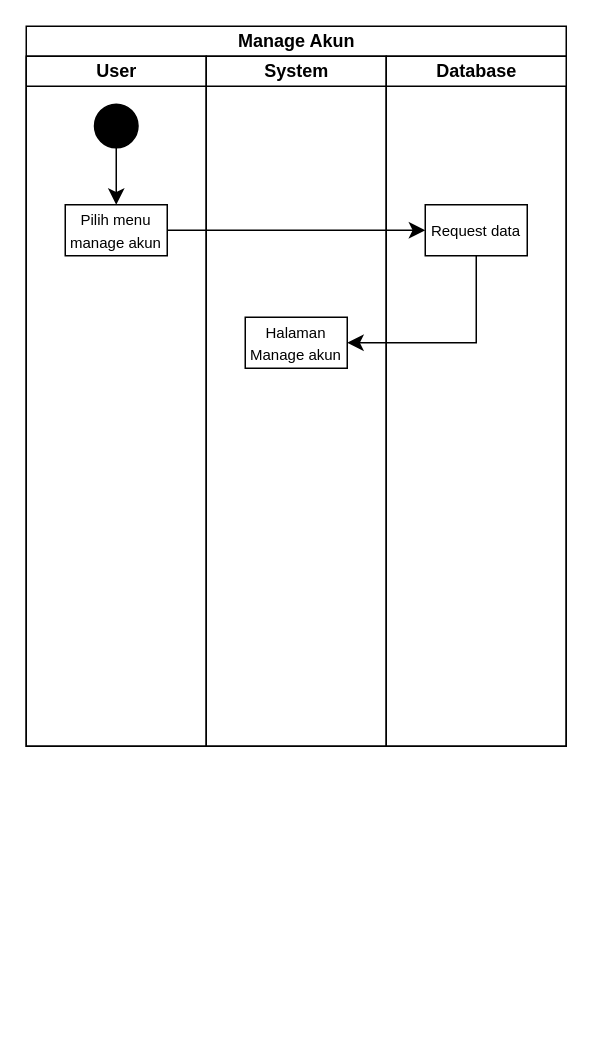
The draw.io diagram page "Manage Akun" (11 of 11) of activity diagram gis.drawio in AmirRazer/DrawIoErd, before the edit. Source tidied: cells renumbered, new cells numbered last; positions are measured from the earlier drawing's top-left corner, leaving out a move shared by most shapes. Both pictures are drawn from the tidied source at 150%, with x=0, y=0 at pixel (26, 26).
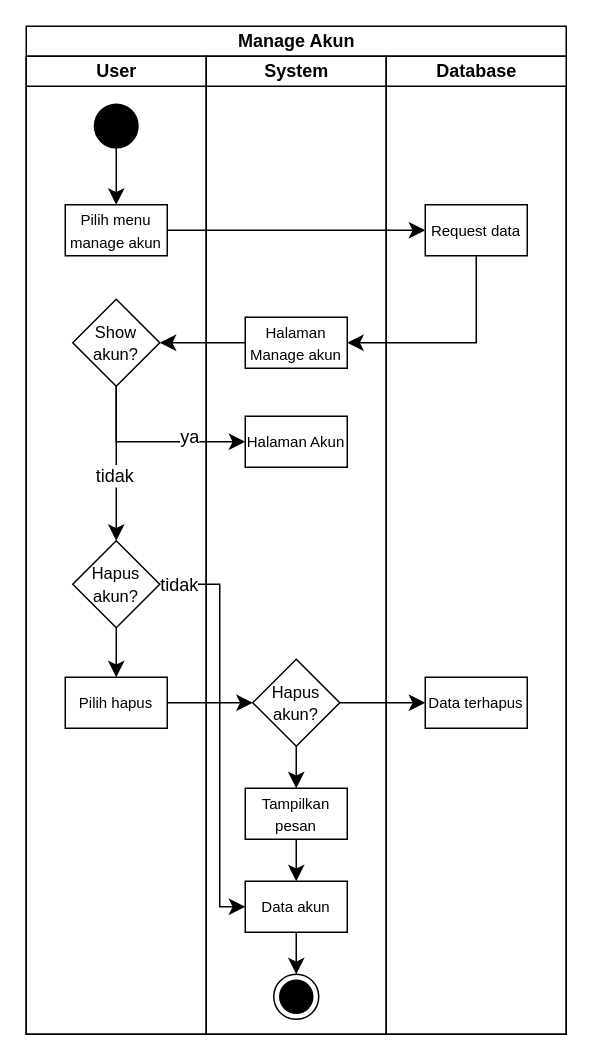
After the change.

Unchanged cells that the change refers to:
```xml
<mxCell id="8" value="&lt;font style=&quot;font-size: 10px;&quot;&gt;Halaman Manage akun&lt;/font&gt;" style="rounded=0;whiteSpace=wrap;html=1;" parent="7" vertex="1">
  <mxGeometry x="26" y="174" width="68" height="34" as="geometry" />
</mxCell>
```

Diff of the diagram source:
```diff
@@
     <mxCell id="2" value="Manage Akun" style="swimlane;startSize=20;html=1;" parent="1" vertex="1">
-      <mxGeometry width="360" height="480" as="geometry" />
+      <mxGeometry width="360" height="672" as="geometry" />
     </mxCell>
     <mxCell id="3" value="User" style="swimlane;startSize=20;html=1;" parent="2" vertex="1">
-      <mxGeometry y="20" width="120" height="460" as="geometry" />
+      <mxGeometry y="20" width="120" height="652" as="geometry" />
     </mxCell>
@@
+    <mxCell id="13" style="edgeStyle=none;curved=1;rounded=0;jettySize=auto;html=1;entryX=0.5;entryY=0;entryDx=0;entryDy=0;fontSize=12;startSize=8;endSize=8;" parent="3" edge="1" source="15" target="17">
+      <mxGeometry relative="1" as="geometry" />
+    </mxCell>
+    <mxCell id="14" value="tidak" style="edgeLabel;html=1;align=center;verticalAlign=middle;fontSize=12;" parent="13" vertex="1">
+      <mxGeometry x="0.15" y="-2" relative="1" as="geometry" />
+    </mxCell>
+    <mxCell id="15" value="&lt;font style=&quot;font-size: 11px;&quot;&gt;Show akun?&lt;/font&gt;" style="rhombus;whiteSpace=wrap;html=1;" parent="3" vertex="1">
+      <mxGeometry x="31" y="162" width="58" height="58" as="geometry" />
+    </mxCell>
+    <mxCell id="16" style="edgeStyle=none;curved=1;rounded=0;jettySize=auto;html=1;entryX=0.5;entryY=0;entryDx=0;entryDy=0;fontSize=12;startSize=8;endSize=8;" parent="3" edge="1" source="17" target="18">
+      <mxGeometry relative="1" as="geometry" />
+    </mxCell>
+    <mxCell id="17" value="&lt;font style=&quot;font-size: 11px;&quot;&gt;Hapus akun?&lt;/font&gt;" style="rhombus;whiteSpace=wrap;html=1;" parent="3" vertex="1">
+      <mxGeometry x="31" y="323" width="58" height="58" as="geometry" />
+    </mxCell>
+    <mxCell id="18" value="&lt;font style=&quot;font-size: 10px;&quot;&gt;Pilih hapus&lt;/font&gt;" style="rounded=0;whiteSpace=wrap;html=1;" parent="3" vertex="1">
+      <mxGeometry x="26" y="414" width="68" height="34" as="geometry" />
+    </mxCell>
     <mxCell id="7" value="System" style="swimlane;startSize=20;html=1;" parent="2" vertex="1">
-      <mxGeometry x="120" y="20" width="120" height="460" as="geometry" />
+      <mxGeometry x="120" y="20" width="120" height="652" as="geometry" />
     </mxCell>
@@
+    <mxCell id="19" value="&lt;font style=&quot;font-size: 10px;&quot;&gt;Halaman Akun&lt;/font&gt;" style="rounded=0;whiteSpace=wrap;html=1;" parent="7" vertex="1">
+      <mxGeometry x="26" y="240" width="68" height="34" as="geometry" />
+    </mxCell>
+    <mxCell id="20" style="edgeStyle=none;curved=1;rounded=0;jettySize=auto;html=1;entryX=0.5;entryY=0;entryDx=0;entryDy=0;fontSize=12;startSize=8;endSize=8;" parent="7" edge="1" source="21" target="22">
+      <mxGeometry relative="1" as="geometry" />
+    </mxCell>
+    <mxCell id="21" value="&lt;font style=&quot;font-size: 11px;&quot;&gt;Hapus akun?&lt;/font&gt;" style="rhombus;whiteSpace=wrap;html=1;" parent="7" vertex="1">
+      <mxGeometry x="31" y="402" width="58" height="58" as="geometry" />
+    </mxCell>
+    <mxCell id="22" value="&lt;font style=&quot;font-size: 10px;&quot;&gt;Tampilkan pesan&lt;/font&gt;" style="rounded=0;whiteSpace=wrap;html=1;" parent="7" vertex="1">
+      <mxGeometry x="26" y="488" width="68" height="34" as="geometry" />
+    </mxCell>
+    <mxCell id="23" value="&lt;font style=&quot;font-size: 10px;&quot;&gt;Data akun&lt;/font&gt;" style="rounded=0;whiteSpace=wrap;html=1;" parent="7" vertex="1">
+      <mxGeometry x="26" y="550" width="68" height="34" as="geometry" />
+    </mxCell>
+    <mxCell id="24" style="edgeStyle=none;curved=1;rounded=0;jettySize=auto;html=1;entryX=0.5;entryY=0;entryDx=0;entryDy=0;fontSize=12;startSize=8;endSize=8;" parent="7" edge="1" source="22" target="23">
+      <mxGeometry relative="1" as="geometry" />
+    </mxCell>
+    <mxCell id="25" style="ellipse;html=1;shape=endState;fillColor=#000000;strokeColor=#000000;" parent="7" vertex="1">
+      <mxGeometry x="45" y="612" width="30" height="30" as="geometry" />
+    </mxCell>
+    <mxCell id="26" style="edgeStyle=none;curved=1;rounded=0;jettySize=auto;html=1;entryX=0.5;entryY=0;entryDx=0;entryDy=0;fontSize=12;startSize=8;endSize=8;" parent="7" edge="1" source="23" target="25">
+      <mxGeometry relative="1" as="geometry" />
+    </mxCell>
     <mxCell id="9" value="Database" style="swimlane;startSize=20;html=1;" parent="2" vertex="1">
-      <mxGeometry x="240" y="20" width="120" height="460" as="geometry" />
+      <mxGeometry x="240" y="20" width="120" height="652" as="geometry" />
     </mxCell>
@@
+    <mxCell id="27" value="&lt;font style=&quot;font-size: 10px;&quot;&gt;Data terhapus&lt;/font&gt;" style="rounded=0;whiteSpace=wrap;html=1;" parent="9" vertex="1">
+      <mxGeometry x="26" y="414" width="68" height="34" as="geometry" />
+    </mxCell>
@@
+    <mxCell id="28" style="edgeStyle=none;curved=1;rounded=0;jettySize=auto;html=1;entryX=1;entryY=0.5;entryDx=0;entryDy=0;fontSize=12;startSize=8;endSize=8;" parent="2" edge="1" source="8" target="15">
+      <mxGeometry relative="1" as="geometry" />
+    </mxCell>
+    <mxCell id="29" style="edgeStyle=none;curved=0;rounded=0;jettySize=auto;html=1;entryX=0;entryY=0.5;entryDx=0;entryDy=0;fontSize=12;startSize=8;endSize=8;" parent="2" edge="1" source="15" target="19">
+      <mxGeometry relative="1" as="geometry">
+        <Array as="points">
+          <mxPoint x="60" y="277" />
+        </Array>
+      </mxGeometry>
+    </mxCell>
+    <mxCell id="30" value="ya" style="edgeLabel;html=1;align=center;verticalAlign=middle;fontSize=12;" parent="29" vertex="1">
+      <mxGeometry x="0.39" y="4" relative="1" as="geometry" />
+    </mxCell>
+    <mxCell id="31" style="edgeStyle=none;curved=1;rounded=0;jettySize=auto;html=1;fontSize=12;startSize=8;endSize=8;" parent="2" edge="1" source="18" target="21">
+      <mxGeometry relative="1" as="geometry" />
+    </mxCell>
+    <mxCell id="32" style="edgeStyle=none;curved=1;rounded=0;jettySize=auto;html=1;fontSize=12;startSize=8;endSize=8;" parent="2" edge="1" source="21" target="27">
+      <mxGeometry relative="1" as="geometry" />
+    </mxCell>
+    <mxCell id="33" style="edgeStyle=none;curved=0;rounded=0;jettySize=auto;html=1;entryX=0;entryY=0.5;entryDx=0;entryDy=0;fontSize=12;startSize=8;endSize=8;" parent="2" edge="1" source="17" target="23">
+      <mxGeometry relative="1" as="geometry">
+        <Array as="points">
+          <mxPoint x="129" y="372" />
+          <mxPoint x="129" y="587" />
+        </Array>
+      </mxGeometry>
+    </mxCell>
+    <mxCell id="34" value="tidak" style="edgeLabel;html=1;align=center;verticalAlign=middle;fontSize=12;" parent="33" vertex="1">
+      <mxGeometry x="-0.91" relative="1" as="geometry" />
+    </mxCell>
```
